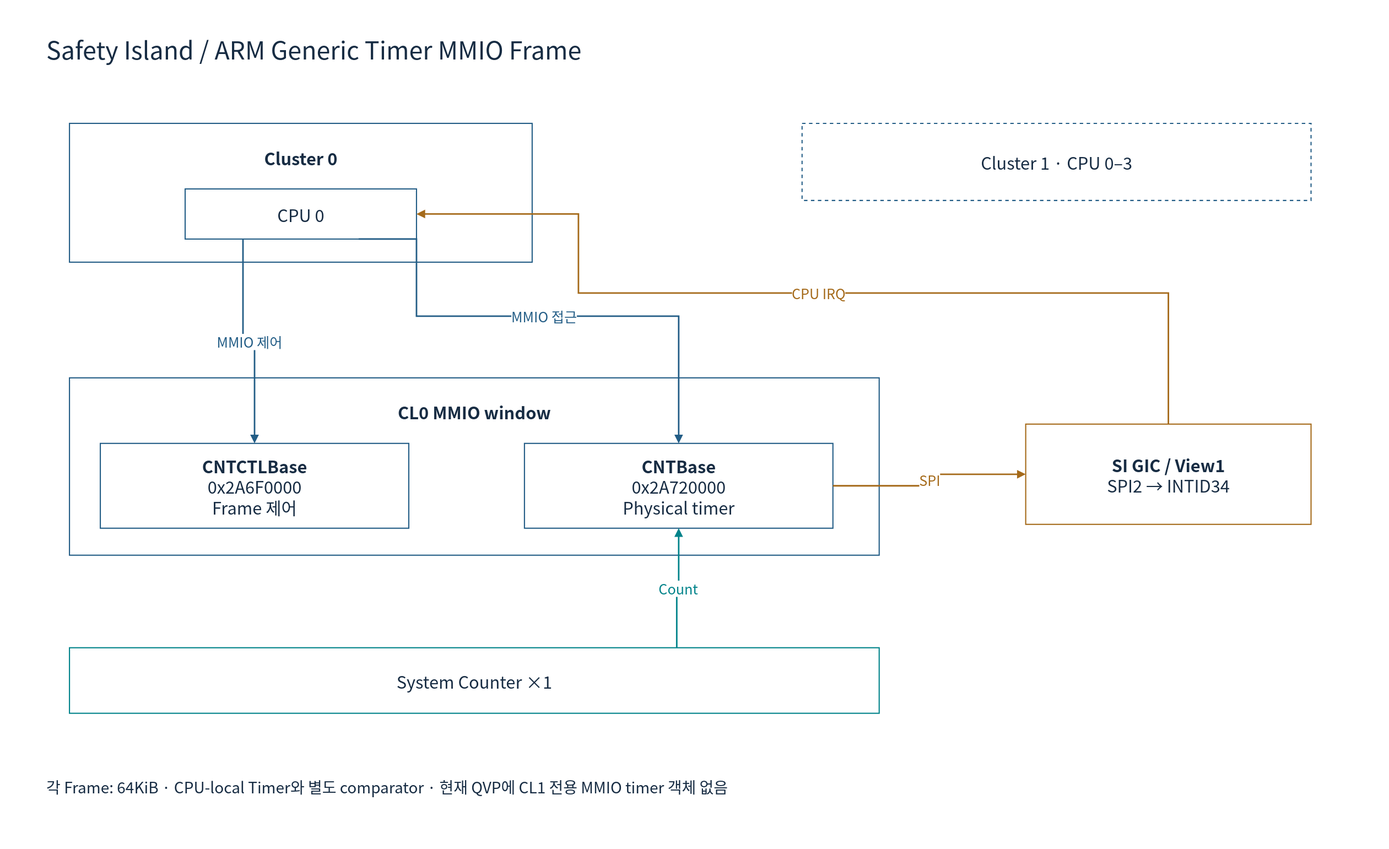
Earlier version of the draw.io export doc/phase1/timer/diagrams/01si-b-mmio.drawio.svg (cometzero/project-apollo). Source tidied: cells renumbered, new cells last; positions are measured from the earlier drawing's top-left corner, leaving out a move shared by most shapes. Source of this version:
```xml
<mxGraphModel background="#FFFFFF">
  <root>
    <mxCell id="0" />
    <mxCell id="1" parent="0" />
    <mxCell id="2" style="rounded=0;whiteSpace=wrap;html=1;fillColor=#FFFFFF;strokeColor=none;strokeWidth=1.5;fontColor=#172C43;fontFamily=Noto Sans CJK KR;fontSize=22;spacing=10;" parent="1" vertex="1">
      <mxGeometry width="1800" height="1100" as="geometry" />
    </mxCell>
    <mxCell id="3" value="Safety Island / ARM Generic Timer MMIO Frame" style="rounded=0;whiteSpace=wrap;html=1;fillColor=#FFFFFF;strokeColor=none;strokeWidth=1.5;fontColor=#172C43;fontFamily=Noto Sans CJK KR;fontSize=22;spacing=10;fontSize=32;align=left;" parent="1" vertex="1">
      <mxGeometry x="50" y="30" width="1700" height="65" as="geometry" />
    </mxCell>
    <mxCell id="4" value="Cluster 0" style="rounded=0;whiteSpace=wrap;html=1;fillColor=#FFFFFF;strokeColor=#235D86;strokeWidth=1.5;fontColor=#172C43;fontFamily=Noto Sans CJK KR;fontSize=22;spacing=10;verticalAlign=top;fontStyle=1;spacingTop=16;" parent="1" vertex="1">
      <mxGeometry x="90" y="160" width="600" height="180" as="geometry" />
    </mxCell>
    <mxCell id="5" value="CPU 0" style="rounded=0;whiteSpace=wrap;html=1;fillColor=#FFFFFF;strokeColor=#235D86;strokeWidth=1.5;fontColor=#172C43;fontFamily=Noto Sans CJK KR;fontSize=22;spacing=10;" parent="4" vertex="1">
      <mxGeometry x="150" y="85" width="300" height="65" as="geometry" />
    </mxCell>
    <mxCell id="6" value="Cluster 1 · CPU 0–3" style="rounded=0;whiteSpace=wrap;html=1;fillColor=#FFFFFF;strokeColor=#235D86;strokeWidth=1.5;fontColor=#172C43;fontFamily=Noto Sans CJK KR;fontSize=22;spacing=10;dashed=1;" parent="1" vertex="1">
      <mxGeometry x="1040" y="160" width="660" height="100" as="geometry" />
    </mxCell>
    <mxCell id="7" value="CL0 MMIO window" style="rounded=0;whiteSpace=wrap;html=1;fillColor=#FFFFFF;strokeColor=#235D86;strokeWidth=1.5;fontColor=#172C43;fontFamily=Noto Sans CJK KR;fontSize=22;spacing=10;verticalAlign=top;fontStyle=1;spacingTop=16;" parent="1" vertex="1">
      <mxGeometry x="90" y="490" width="1050" height="230" as="geometry" />
    </mxCell>
    <mxCell id="8" value="&lt;b&gt;CNTCTLBase&lt;/b&gt;&lt;br&gt;0x2A6F0000&lt;br&gt;Frame 제어" style="rounded=0;whiteSpace=wrap;html=1;fillColor=#FFFFFF;strokeColor=#235D86;strokeWidth=1.5;fontColor=#172C43;fontFamily=Noto Sans CJK KR;fontSize=22;spacing=10;" parent="7" vertex="1">
      <mxGeometry x="40" y="85" width="400" height="110" as="geometry" />
    </mxCell>
    <mxCell id="9" value="&lt;b&gt;CNTBase&lt;/b&gt;&lt;br&gt;0x2A720000&lt;br&gt;Physical timer" style="rounded=0;whiteSpace=wrap;html=1;fillColor=#FFFFFF;strokeColor=#235D86;strokeWidth=1.5;fontColor=#172C43;fontFamily=Noto Sans CJK KR;fontSize=22;spacing=10;" parent="7" vertex="1">
      <mxGeometry x="590" y="85" width="400" height="110" as="geometry" />
    </mxCell>
    <mxCell id="10" value="&lt;b&gt;SI GIC / View1&lt;/b&gt;&lt;br&gt;SPI2 → INTID34" style="rounded=0;whiteSpace=wrap;html=1;fillColor=#FFFFFF;strokeColor=#A56A1A;strokeWidth=1.5;fontColor=#172C43;fontFamily=Noto Sans CJK KR;fontSize=22;spacing=10;" parent="1" vertex="1">
      <mxGeometry x="1330" y="550" width="370" height="130" as="geometry" />
    </mxCell>
    <mxCell id="11" value="System Counter ×1" style="rounded=0;whiteSpace=wrap;html=1;fillColor=#FFFFFF;strokeColor=#00838A;strokeWidth=1.5;fontColor=#172C43;fontFamily=Noto Sans CJK KR;fontSize=22;spacing=10;" parent="1" vertex="1">
      <mxGeometry x="90" y="840" width="1050" height="85" as="geometry" />
    </mxCell>
    <mxCell id="12" value="MMIO 제어" style="edgeStyle=orthogonalEdgeStyle;rounded=0;html=1;endArrow=block;endFill=1;strokeWidth=2;strokeColor=#235D86;fontColor=#235D86;fontFamily=Noto Sans CJK KR;fontSize=18;labelBackgroundColor=#FFFFFF;exitX=0.25;exitY=1;entryX=0.5;entryY=0;" parent="1" edge="1" source="5" target="8">
      <mxGeometry relative="1" as="geometry" />
    </mxCell>
    <mxCell id="13" value="MMIO 접근" style="edgeStyle=orthogonalEdgeStyle;rounded=0;html=1;endArrow=block;endFill=1;strokeWidth=2;strokeColor=#235D86;fontColor=#235D86;fontFamily=Noto Sans CJK KR;fontSize=18;labelBackgroundColor=#FFFFFF;exitX=0.75;exitY=1;entryX=0.5;entryY=0;" parent="1" edge="1" source="5" target="9">
      <mxGeometry relative="1" as="geometry">
        <Array as="points">
          <mxPoint x="540" y="410" />
          <mxPoint x="880" y="410" />
        </Array>
      </mxGeometry>
    </mxCell>
    <mxCell id="14" value="Count" style="edgeStyle=orthogonalEdgeStyle;rounded=0;html=1;endArrow=block;endFill=1;strokeWidth=2;strokeColor=#00838A;fontColor=#00838A;fontFamily=Noto Sans CJK KR;fontSize=18;labelBackgroundColor=#FFFFFF;exitX=0.75;exitY=0;entryX=0.5;entryY=1;" parent="1" edge="1" source="11" target="9">
      <mxGeometry relative="1" as="geometry" />
    </mxCell>
    <mxCell id="15" value="SPI" style="edgeStyle=orthogonalEdgeStyle;rounded=0;html=1;endArrow=block;endFill=1;strokeWidth=2;strokeColor=#A56A1A;fontColor=#A56A1A;fontFamily=Noto Sans CJK KR;fontSize=18;labelBackgroundColor=#FFFFFF;exitX=1;exitY=0.5;entryX=0;entryY=0.5;" parent="1" edge="1" source="9" target="10">
      <mxGeometry relative="1" as="geometry" />
    </mxCell>
    <mxCell id="16" value="CPU IRQ" style="edgeStyle=orthogonalEdgeStyle;rounded=0;html=1;endArrow=block;endFill=1;strokeWidth=2;strokeColor=#A56A1A;fontColor=#A56A1A;fontFamily=Noto Sans CJK KR;fontSize=18;labelBackgroundColor=#FFFFFF;exitX=0.5;exitY=0;entryX=1;entryY=0.5;" parent="1" edge="1" source="10" target="5">
      <mxGeometry relative="1" as="geometry">
        <Array as="points">
          <mxPoint x="1515" y="380" />
          <mxPoint x="750" y="380" />
          <mxPoint x="750" y="277" />
        </Array>
      </mxGeometry>
    </mxCell>
    <mxCell id="17" value="각 Frame: 64KiB · CPU-local Timer와 별도 comparator · 현재 QVP에 CL1 전용 MMIO timer 객체 없음" style="rounded=0;whiteSpace=wrap;html=1;fillColor=#FFFFFF;strokeColor=none;strokeWidth=1.5;fontColor=#172C43;fontFamily=Noto Sans CJK KR;fontSize=22;spacing=10;fontSize=20;align=left;" parent="1" vertex="1">
      <mxGeometry x="50" y="990" width="1700" height="60" as="geometry" />
    </mxCell>
  </root>
</mxGraphModel>
```
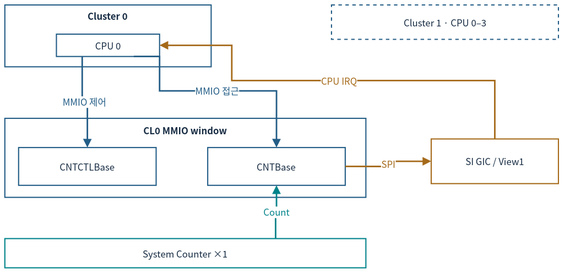
After the commit.

Change to the diagram source:
```diff
@@ -2,64 +2,55 @@
   <root>
     <mxCell id="0" />
     <mxCell id="1" parent="0" />
-    <mxCell id="2" style="rounded=0;whiteSpace=wrap;html=1;fillColor=#FFFFFF;strokeColor=none;strokeWidth=1.5;fontColor=#172C43;fontFamily=Noto Sans CJK KR;fontSize=22;spacing=10;" parent="1" vertex="1">
-      <mxGeometry width="1800" height="1100" as="geometry" />
-    </mxCell>
-    <mxCell id="3" value="Safety Island / ARM Generic Timer MMIO Frame" style="rounded=0;whiteSpace=wrap;html=1;fillColor=#FFFFFF;strokeColor=none;strokeWidth=1.5;fontColor=#172C43;fontFamily=Noto Sans CJK KR;fontSize=22;spacing=10;fontSize=32;align=left;" parent="1" vertex="1">
-      <mxGeometry x="50" y="30" width="1700" height="65" as="geometry" />
-    </mxCell>
-    <mxCell id="4" value="Cluster 0" style="rounded=0;whiteSpace=wrap;html=1;fillColor=#FFFFFF;strokeColor=#235D86;strokeWidth=1.5;fontColor=#172C43;fontFamily=Noto Sans CJK KR;fontSize=22;spacing=10;verticalAlign=top;fontStyle=1;spacingTop=16;" parent="1" vertex="1">
-      <mxGeometry x="90" y="160" width="600" height="180" as="geometry" />
+    <mxCell id="4" value="Cluster 0" style="rounded=0;whiteSpace=wrap;html=1;fillColor=#FFFFFF;strokeColor=#235D86;strokeWidth=1.5;fontColor=#172C43;fontFamily=Noto Sans CJK KR;verticalAlign=top;fontStyle=1;fontSize=12;spacing=3;whiteSpace=wrap;" parent="1" vertex="1">
+      <mxGeometry x="34.3" y="45.4" width="267.5" height="80.2" as="geometry" />
     </mxCell>
-    <mxCell id="5" value="CPU 0" style="rounded=0;whiteSpace=wrap;html=1;fillColor=#FFFFFF;strokeColor=#235D86;strokeWidth=1.5;fontColor=#172C43;fontFamily=Noto Sans CJK KR;fontSize=22;spacing=10;" parent="4" vertex="1">
-      <mxGeometry x="150" y="85" width="300" height="65" as="geometry" />
+    <mxCell id="5" value="CPU 0" style="rounded=0;whiteSpace=wrap;html=1;fillColor=#FFFFFF;strokeColor=#235D86;strokeWidth=1.5;fontColor=#172C43;fontFamily=Noto Sans CJK KR;fontSize=12;spacing=3;whiteSpace=wrap;" parent="4" vertex="1">
+      <mxGeometry x="66.9" y="37.9" width="133.7" height="29" as="geometry" />
     </mxCell>
-    <mxCell id="6" value="Cluster 1 · CPU 0–3" style="rounded=0;whiteSpace=wrap;html=1;fillColor=#FFFFFF;strokeColor=#235D86;strokeWidth=1.5;fontColor=#172C43;fontFamily=Noto Sans CJK KR;fontSize=22;spacing=10;dashed=1;" parent="1" vertex="1">
-      <mxGeometry x="1040" y="160" width="660" height="100" as="geometry" />
+    <mxCell id="6" value="Cluster 1 · CPU 0–3" style="rounded=0;whiteSpace=wrap;html=1;fillColor=#FFFFFF;strokeColor=#235D86;strokeWidth=1.5;fontColor=#172C43;fontFamily=Noto Sans CJK KR;dashed=1;fontSize=12;spacing=3;whiteSpace=wrap;" parent="1" vertex="1">
+      <mxGeometry x="457.8" y="45.4" width="294.2" height="44.6" as="geometry" />
     </mxCell>
-    <mxCell id="7" value="CL0 MMIO window" style="rounded=0;whiteSpace=wrap;html=1;fillColor=#FFFFFF;strokeColor=#235D86;strokeWidth=1.5;fontColor=#172C43;fontFamily=Noto Sans CJK KR;fontSize=22;spacing=10;verticalAlign=top;fontStyle=1;spacingTop=16;" parent="1" vertex="1">
-      <mxGeometry x="90" y="490" width="1050" height="230" as="geometry" />
+    <mxCell id="7" value="CL0 MMIO window" style="rounded=0;whiteSpace=wrap;html=1;fillColor=#FFFFFF;strokeColor=#235D86;strokeWidth=1.5;fontColor=#172C43;fontFamily=Noto Sans CJK KR;verticalAlign=top;fontStyle=1;fontSize=12;spacing=3;whiteSpace=wrap;" parent="1" vertex="1">
+      <mxGeometry x="34.3" y="192.5" width="468.1" height="102.5" as="geometry" />
     </mxCell>
-    <mxCell id="8" value="&lt;b&gt;CNTCTLBase&lt;/b&gt;&lt;br&gt;0x2A6F0000&lt;br&gt;Frame 제어" style="rounded=0;whiteSpace=wrap;html=1;fillColor=#FFFFFF;strokeColor=#235D86;strokeWidth=1.5;fontColor=#172C43;fontFamily=Noto Sans CJK KR;fontSize=22;spacing=10;" parent="7" vertex="1">
-      <mxGeometry x="40" y="85" width="400" height="110" as="geometry" />
+    <mxCell id="8" value="CNTCTLBase" style="rounded=0;whiteSpace=wrap;html=1;fillColor=#FFFFFF;strokeColor=#235D86;strokeWidth=1.5;fontColor=#172C43;fontFamily=Noto Sans CJK KR;fontSize=12;spacing=3;whiteSpace=wrap;" parent="7" vertex="1">
+      <mxGeometry x="17.8" y="37.9" width="178.3" height="49" as="geometry" />
     </mxCell>
-    <mxCell id="9" value="&lt;b&gt;CNTBase&lt;/b&gt;&lt;br&gt;0x2A720000&lt;br&gt;Physical timer" style="rounded=0;whiteSpace=wrap;html=1;fillColor=#FFFFFF;strokeColor=#235D86;strokeWidth=1.5;fontColor=#172C43;fontFamily=Noto Sans CJK KR;fontSize=22;spacing=10;" parent="7" vertex="1">
-      <mxGeometry x="590" y="85" width="400" height="110" as="geometry" />
+    <mxCell id="9" value="CNTBase" style="rounded=0;whiteSpace=wrap;html=1;fillColor=#FFFFFF;strokeColor=#235D86;strokeWidth=1.5;fontColor=#172C43;fontFamily=Noto Sans CJK KR;fontSize=12;spacing=3;whiteSpace=wrap;" parent="7" vertex="1">
+      <mxGeometry x="263" y="37.9" width="178.3" height="49" as="geometry" />
     </mxCell>
-    <mxCell id="10" value="&lt;b&gt;SI GIC / View1&lt;/b&gt;&lt;br&gt;SPI2 → INTID34" style="rounded=0;whiteSpace=wrap;html=1;fillColor=#FFFFFF;strokeColor=#A56A1A;strokeWidth=1.5;fontColor=#172C43;fontFamily=Noto Sans CJK KR;fontSize=22;spacing=10;" parent="1" vertex="1">
-      <mxGeometry x="1330" y="550" width="370" height="130" as="geometry" />
+    <mxCell id="10" value="SI GIC / View1" style="rounded=0;whiteSpace=wrap;html=1;fillColor=#FFFFFF;strokeColor=#A56A1A;strokeWidth=1.5;fontColor=#172C43;fontFamily=Noto Sans CJK KR;fontSize=12;spacing=3;whiteSpace=wrap;" parent="1" vertex="1">
+      <mxGeometry x="587.1" y="219.3" width="164.9" height="58" as="geometry" />
     </mxCell>
-    <mxCell id="11" value="System Counter ×1" style="rounded=0;whiteSpace=wrap;html=1;fillColor=#FFFFFF;strokeColor=#00838A;strokeWidth=1.5;fontColor=#172C43;fontFamily=Noto Sans CJK KR;fontSize=22;spacing=10;" parent="1" vertex="1">
-      <mxGeometry x="90" y="840" width="1050" height="85" as="geometry" />
+    <mxCell id="11" value="System Counter ×1" style="rounded=0;whiteSpace=wrap;html=1;fillColor=#FFFFFF;strokeColor=#00838A;strokeWidth=1.5;fontColor=#172C43;fontFamily=Noto Sans CJK KR;fontSize=12;spacing=3;whiteSpace=wrap;" parent="1" vertex="1">
+      <mxGeometry x="34.3" y="348.6" width="468.1" height="37.9" as="geometry" />
     </mxCell>
-    <mxCell id="12" value="MMIO 제어" style="edgeStyle=orthogonalEdgeStyle;rounded=0;html=1;endArrow=block;endFill=1;strokeWidth=2;strokeColor=#235D86;fontColor=#235D86;fontFamily=Noto Sans CJK KR;fontSize=18;labelBackgroundColor=#FFFFFF;exitX=0.25;exitY=1;entryX=0.5;entryY=0;" parent="1" edge="1" source="5" target="8">
+    <mxCell id="12" value="MMIO 제어" style="edgeStyle=orthogonalEdgeStyle;rounded=0;html=1;endArrow=block;endFill=1;strokeWidth=2;strokeColor=#235D86;fontColor=#235D86;fontFamily=Noto Sans CJK KR;labelBackgroundColor=#FFFFFF;exitX=0.25;exitY=1;entryX=0.5;entryY=0;fontSize=12;spacing=3;whiteSpace=nowrap;" parent="1" edge="1" source="5" target="8">
       <mxGeometry relative="1" as="geometry" />
     </mxCell>
-    <mxCell id="13" value="MMIO 접근" style="edgeStyle=orthogonalEdgeStyle;rounded=0;html=1;endArrow=block;endFill=1;strokeWidth=2;strokeColor=#235D86;fontColor=#235D86;fontFamily=Noto Sans CJK KR;fontSize=18;labelBackgroundColor=#FFFFFF;exitX=0.75;exitY=1;entryX=0.5;entryY=0;" parent="1" edge="1" source="5" target="9">
+    <mxCell id="13" value="MMIO 접근" style="edgeStyle=orthogonalEdgeStyle;rounded=0;html=1;endArrow=block;endFill=1;strokeWidth=2;strokeColor=#235D86;fontColor=#235D86;fontFamily=Noto Sans CJK KR;labelBackgroundColor=#FFFFFF;exitX=0.75;exitY=1;entryX=0.5;entryY=0;fontSize=12;spacing=3;whiteSpace=nowrap;" parent="1" edge="1" source="5" target="9">
       <mxGeometry relative="1" as="geometry">
         <Array as="points">
-          <mxPoint x="540" y="410" />
-          <mxPoint x="880" y="410" />
+          <mxPoint x="234.9" y="156.9" />
+          <mxPoint x="386.5" y="156.9" />
         </Array>
       </mxGeometry>
     </mxCell>
-    <mxCell id="14" value="Count" style="edgeStyle=orthogonalEdgeStyle;rounded=0;html=1;endArrow=block;endFill=1;strokeWidth=2;strokeColor=#00838A;fontColor=#00838A;fontFamily=Noto Sans CJK KR;fontSize=18;labelBackgroundColor=#FFFFFF;exitX=0.75;exitY=0;entryX=0.5;entryY=1;" parent="1" edge="1" source="11" target="9">
+    <mxCell id="14" value="Count" style="edgeStyle=orthogonalEdgeStyle;rounded=0;html=1;endArrow=block;endFill=1;strokeWidth=2;strokeColor=#00838A;fontColor=#00838A;fontFamily=Noto Sans CJK KR;labelBackgroundColor=#FFFFFF;exitX=0.75;exitY=0;entryX=0.5;entryY=1;fontSize=12;spacing=3;whiteSpace=nowrap;" parent="1" edge="1" source="11" target="9">
       <mxGeometry relative="1" as="geometry" />
     </mxCell>
-    <mxCell id="15" value="SPI" style="edgeStyle=orthogonalEdgeStyle;rounded=0;html=1;endArrow=block;endFill=1;strokeWidth=2;strokeColor=#A56A1A;fontColor=#A56A1A;fontFamily=Noto Sans CJK KR;fontSize=18;labelBackgroundColor=#FFFFFF;exitX=1;exitY=0.5;entryX=0;entryY=0.5;" parent="1" edge="1" source="9" target="10">
+    <mxCell id="15" value="SPI" style="edgeStyle=orthogonalEdgeStyle;rounded=0;html=1;endArrow=block;endFill=1;strokeWidth=2;strokeColor=#A56A1A;fontColor=#A56A1A;fontFamily=Noto Sans CJK KR;labelBackgroundColor=#FFFFFF;exitX=1;exitY=0.5;entryX=0;entryY=0.5;fontSize=12;spacing=3;whiteSpace=nowrap;" parent="1" edge="1" source="9" target="10">
       <mxGeometry relative="1" as="geometry" />
     </mxCell>
-    <mxCell id="16" value="CPU IRQ" style="edgeStyle=orthogonalEdgeStyle;rounded=0;html=1;endArrow=block;endFill=1;strokeWidth=2;strokeColor=#A56A1A;fontColor=#A56A1A;fontFamily=Noto Sans CJK KR;fontSize=18;labelBackgroundColor=#FFFFFF;exitX=0.5;exitY=0;entryX=1;entryY=0.5;" parent="1" edge="1" source="10" target="5">
+    <mxCell id="16" value="CPU IRQ" style="edgeStyle=orthogonalEdgeStyle;rounded=0;html=1;endArrow=block;endFill=1;strokeWidth=2;strokeColor=#A56A1A;fontColor=#A56A1A;fontFamily=Noto Sans CJK KR;labelBackgroundColor=#FFFFFF;exitX=0.5;exitY=0;entryX=1;entryY=0.5;fontSize=12;spacing=3;whiteSpace=nowrap;" parent="1" edge="1" source="10" target="5">
       <mxGeometry relative="1" as="geometry">
         <Array as="points">
-          <mxPoint x="1515" y="380" />
-          <mxPoint x="750" y="380" />
-          <mxPoint x="750" y="277" />
+          <mxPoint x="669.5" y="143.5" />
+          <mxPoint x="328.5" y="143.5" />
+          <mxPoint x="328.5" y="97.6" />
         </Array>
       </mxGeometry>
     </mxCell>
-    <mxCell id="17" value="각 Frame: 64KiB · CPU-local Timer와 별도 comparator · 현재 QVP에 CL1 전용 MMIO timer 객체 없음" style="rounded=0;whiteSpace=wrap;html=1;fillColor=#FFFFFF;strokeColor=none;strokeWidth=1.5;fontColor=#172C43;fontFamily=Noto Sans CJK KR;fontSize=22;spacing=10;fontSize=20;align=left;" parent="1" vertex="1">
-      <mxGeometry x="50" y="990" width="1700" height="60" as="geometry" />
-    </mxCell>
   </root>
 </mxGraphModel>
```
